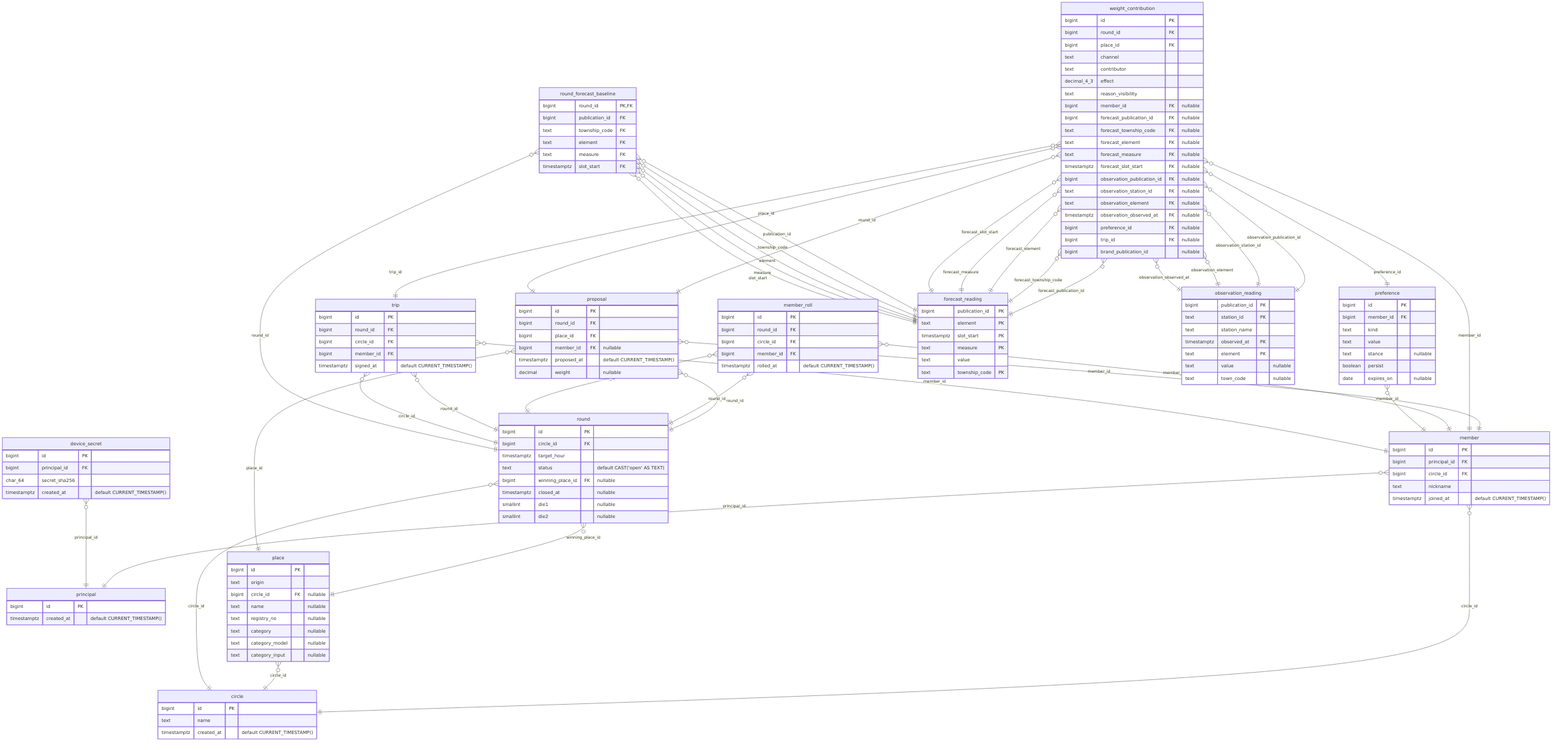
Earlier version of the Mermaid export docs/diagrams/er-product.png (JacksonG-TW/Uptoyou). Its source is kept beside it as docs/diagrams/er-product.mmd.
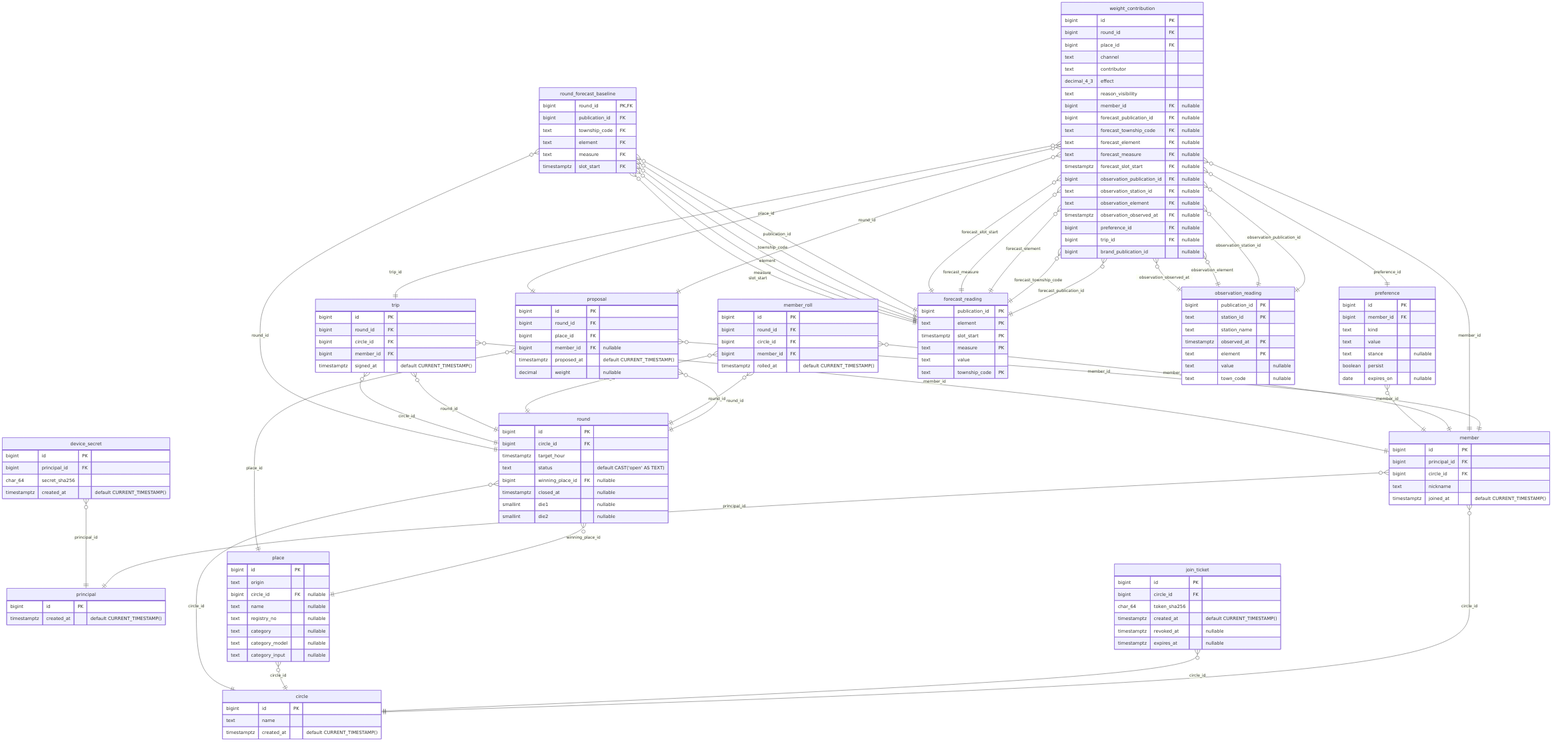
After the commit.

Change to the diagram source:
```diff
@@ -20,6 +20,14 @@
         bigint principal_id FK
         char_64 secret_sha256
         timestamptz created_at "default CURRENT_TIMESTAMP()"
+    }
+    join_ticket {
+        bigint id PK
+        bigint circle_id FK
+        char_64 token_sha256
+        timestamptz created_at "default CURRENT_TIMESTAMP()"
+        timestamptz revoked_at "nullable"
+        timestamptz expires_at "nullable"
     }
     place {
         bigint id PK
@@ -122,6 +130,7 @@
     member }o--|| principal : "principal_id"
     member }o--|| circle : "circle_id"
     device_secret }o--|| principal : "principal_id"
+    join_ticket }o--|| circle : "circle_id"
     place }o--|| circle : "circle_id"
     round }o--|| circle : "circle_id"
     round }o--|| place : "winning_place_id"
```
